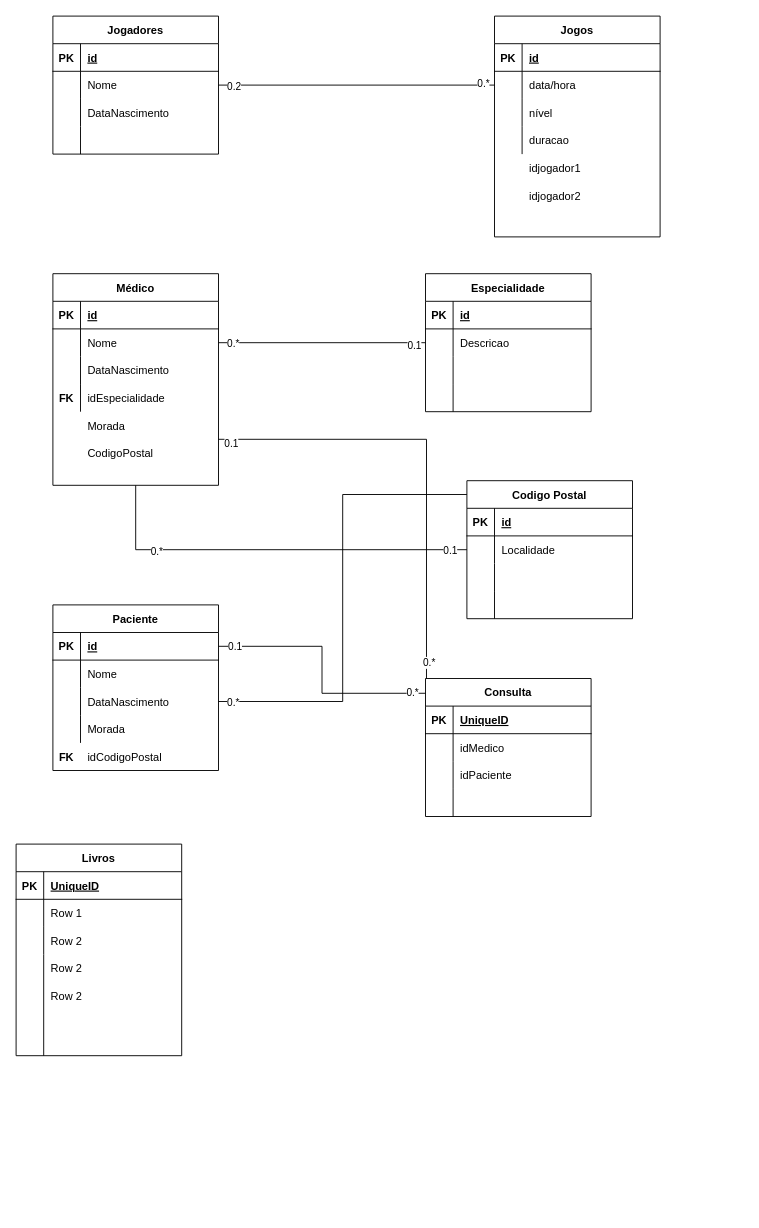
Before: Diagrama sem nome.drawio in t5ago/exemploteste, a draw.io diagram. Source tidied: cells renumbered, new cells numbered last; positions are measured from the earlier drawing's top-left corner, leaving out a move shared by most shapes. Both pictures are drawn from the tidied source at 92%, with x=0, y=0 at pixel (16, 16).
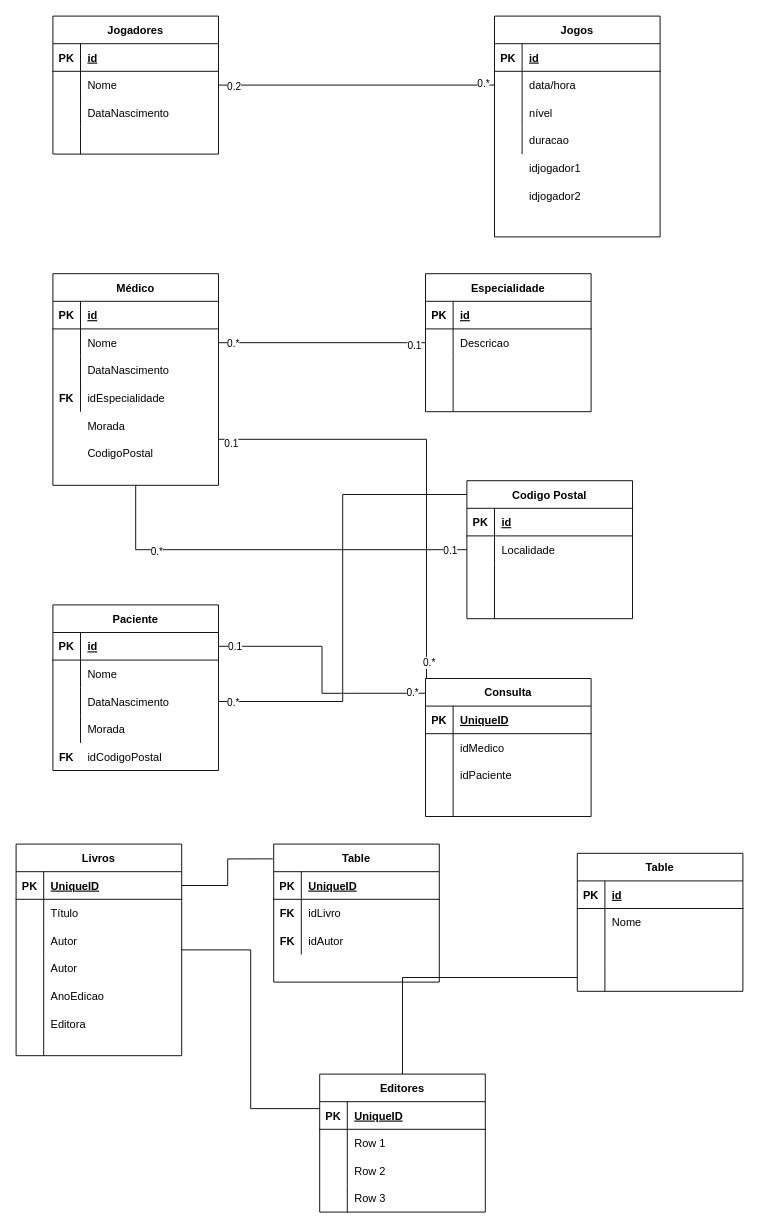
The same diagram, later.

The change refers to these unchanged cells:
```xml
<mxCell id="116" value="Livros" style="shape=table;startSize=30;childLayout=tableLayout;rowLines=0;fontStyle=1;align=center;" parent="1" vertex="1">
  <mxGeometry y="900" width="180" height="230" as="geometry" />
</mxCell>
<mxCell id="117" style="shape=tableRow;horizontal=0;startSize=0;swimlaneHead=0;swimlaneBody=0;fillColor=none;points=[[0,0.5],[1,0.5]];portConstraint=eastwest;top=0;left=0;right=0;bottom=1;" parent="116" vertex="1">
  <mxGeometry y="30" width="180" height="30" as="geometry" />
</mxCell>
<mxCell id="120" style="shape=tableRow;horizontal=0;startSize=0;swimlaneHead=0;swimlaneBody=0;fillColor=none;top=0;left=0;right=0;bottom=0;" parent="116" vertex="1">
  <mxGeometry y="60" width="180" height="30" as="geometry" />
</mxCell>
<mxCell id="123" style="shape=tableRow;horizontal=0;startSize=0;swimlaneHead=0;swimlaneBody=0;fillColor=none;top=0;left=0;right=0;bottom=0;" parent="116" vertex="1">
  <mxGeometry y="90" width="180" height="30" as="geometry" />
</mxCell>
```

Change to the diagram source:
```diff
@@
+    <mxCell id="131" style="edgeStyle=orthogonalEdgeStyle;rounded=0;jettySize=auto;html=1;entryX=0;entryY=0.25;entryDx=0;entryDy=0;endArrow=none;endFill=0;" parent="1" edge="1" source="116" target="157">
+      <mxGeometry relative="1" as="geometry" />
+    </mxCell>
@@
-    <mxCell id="122" value="Row 1" style="shape=partialRectangle;fillColor=none;top=0;left=0;bottom=0;right=0;align=left;spacingLeft=6;overflow=hidden;" parent="120" vertex="1">
+    <mxCell id="122" value="Título" style="shape=partialRectangle;fillColor=none;top=0;left=0;bottom=0;right=0;align=left;spacingLeft=6;overflow=hidden;" parent="120" vertex="1">
       <mxGeometry x="30" width="150" height="30" as="geometry" />
     </mxCell>
@@
-    <mxCell id="125" value="Row 2" style="shape=partialRectangle;fillColor=none;top=0;left=0;bottom=0;right=0;align=left;spacingLeft=6;overflow=hidden;" parent="123" vertex="1">
+    <mxCell id="125" value="Autor" style="shape=partialRectangle;fillColor=none;top=0;left=0;bottom=0;right=0;align=left;spacingLeft=6;overflow=hidden;" parent="123" vertex="1">
       <mxGeometry x="30" width="150" height="30" as="geometry" />
     </mxCell>
@@
-    <mxCell id="129" value="Row 2" style="shape=partialRectangle;fillColor=none;top=0;left=0;bottom=0;right=0;align=left;spacingLeft=6;overflow=hidden;" parent="1" vertex="1">
+    <mxCell id="129" value="AnoEdicao" style="shape=partialRectangle;fillColor=none;top=0;left=0;bottom=0;right=0;align=left;spacingLeft=6;overflow=hidden;" parent="1" vertex="1">
       <mxGeometry x="30" y="1050" width="150" height="30" as="geometry" />
     </mxCell>
-    <mxCell id="130" value="Row 2" style="shape=partialRectangle;fillColor=none;top=0;left=0;bottom=0;right=0;align=left;spacingLeft=6;overflow=hidden;" parent="1" vertex="1">
+    <mxCell id="130" value="Autor" style="shape=partialRectangle;fillColor=none;top=0;left=0;bottom=0;right=0;align=left;spacingLeft=6;overflow=hidden;" parent="1" vertex="1">
       <mxGeometry x="30" y="1020" width="150" height="30" as="geometry" />
     </mxCell>
+    <mxCell id="132" value="Editora" style="shape=partialRectangle;fillColor=none;top=0;left=0;bottom=0;right=0;align=left;spacingLeft=6;overflow=hidden;" parent="1" vertex="1">
+      <mxGeometry x="30" y="1080" width="150" height="30" as="geometry" />
+    </mxCell>
+    <mxCell id="133" value="Table" style="shape=table;startSize=30;childLayout=tableLayout;rowLines=0;fontStyle=1;align=center;" parent="1" vertex="1">
+      <mxGeometry x="280" y="900" width="180" height="150" as="geometry" />
+    </mxCell>
+    <mxCell id="134" style="shape=tableRow;horizontal=0;startSize=0;swimlaneHead=0;swimlaneBody=0;fillColor=none;top=0;left=0;right=0;bottom=1;" parent="133" vertex="1">
+      <mxGeometry y="30" width="180" height="30" as="geometry" />
+    </mxCell>
+    <mxCell id="135" value="PK" style="shape=partialRectangle;fillColor=none;top=0;left=0;bottom=0;right=0;fontStyle=1;overflow=hidden;" parent="134" vertex="1">
+      <mxGeometry width="30" height="30" as="geometry" />
+    </mxCell>
+    <mxCell id="136" value="UniqueID" style="shape=partialRectangle;fillColor=none;top=0;left=0;bottom=0;right=0;align=left;spacingLeft=6;fontStyle=5;overflow=hidden;" parent="134" vertex="1">
+      <mxGeometry x="30" width="150" height="30" as="geometry" />
+    </mxCell>
+    <mxCell id="137" style="shape=tableRow;horizontal=0;startSize=0;swimlaneHead=0;swimlaneBody=0;fillColor=none;top=0;left=0;right=0;bottom=0;" parent="133" vertex="1">
+      <mxGeometry y="60" width="180" height="30" as="geometry" />
+    </mxCell>
+    <mxCell id="138" value="FK" style="shape=partialRectangle;fillColor=none;top=0;left=0;bottom=0;right=0;overflow=hidden;fontStyle=1;" parent="137" vertex="1">
+      <mxGeometry width="30" height="30" as="geometry" />
+    </mxCell>
+    <mxCell id="139" value="idLivro" style="shape=partialRectangle;fillColor=none;top=0;left=0;bottom=0;right=0;align=left;spacingLeft=6;overflow=hidden;" parent="137" vertex="1">
+      <mxGeometry x="30" width="150" height="30" as="geometry" />
+    </mxCell>
+    <mxCell id="140" style="shape=tableRow;horizontal=0;startSize=0;swimlaneHead=0;swimlaneBody=0;fillColor=none;top=0;left=0;right=0;bottom=0;" parent="133" vertex="1">
+      <mxGeometry y="90" width="180" height="30" as="geometry" />
+    </mxCell>
+    <mxCell id="141" value="FK" style="shape=partialRectangle;fillColor=none;top=0;left=0;bottom=0;right=0;overflow=hidden;fontStyle=1;" parent="140" vertex="1">
+      <mxGeometry width="30" height="30" as="geometry" />
+    </mxCell>
+    <mxCell id="142" value="idAutor" style="shape=partialRectangle;fillColor=none;top=0;left=0;bottom=0;right=0;align=left;spacingLeft=6;overflow=hidden;" parent="140" vertex="1">
+      <mxGeometry x="30" width="150" height="30" as="geometry" />
+    </mxCell>
+    <mxCell id="143" value="Table" style="shape=table;startSize=30;childLayout=tableLayout;rowLines=0;fontStyle=1;align=center;" parent="1" vertex="1">
+      <mxGeometry x="610" y="910" width="180" height="150" as="geometry" />
+    </mxCell>
+    <mxCell id="144" style="shape=tableRow;horizontal=0;startSize=0;swimlaneHead=0;swimlaneBody=0;fillColor=none;top=0;left=0;right=0;bottom=1;" parent="143" vertex="1">
+      <mxGeometry y="30" width="180" height="30" as="geometry" />
+    </mxCell>
+    <mxCell id="145" value="PK" style="shape=partialRectangle;fillColor=none;top=0;left=0;bottom=0;right=0;fontStyle=1;overflow=hidden;" parent="144" vertex="1">
+      <mxGeometry width="30" height="30" as="geometry" />
+    </mxCell>
+    <mxCell id="146" value="id" style="shape=partialRectangle;fillColor=none;top=0;left=0;bottom=0;right=0;align=left;spacingLeft=6;fontStyle=5;overflow=hidden;" parent="144" vertex="1">
+      <mxGeometry x="30" width="150" height="30" as="geometry" />
+    </mxCell>
+    <mxCell id="147" style="shape=tableRow;horizontal=0;startSize=0;swimlaneHead=0;swimlaneBody=0;fillColor=none;top=0;left=0;right=0;bottom=0;" parent="143" vertex="1">
+      <mxGeometry y="60" width="180" height="30" as="geometry" />
+    </mxCell>
+    <mxCell id="148" style="shape=partialRectangle;fillColor=none;top=0;left=0;bottom=0;right=0;overflow=hidden;" parent="147" vertex="1">
+      <mxGeometry width="30" height="30" as="geometry" />
+    </mxCell>
+    <mxCell id="149" value="Nome" style="shape=partialRectangle;fillColor=none;top=0;left=0;bottom=0;right=0;align=left;spacingLeft=6;overflow=hidden;" parent="147" vertex="1">
+      <mxGeometry x="30" width="150" height="30" as="geometry" />
+    </mxCell>
+    <mxCell id="150" style="shape=tableRow;horizontal=0;startSize=0;swimlaneHead=0;swimlaneBody=0;fillColor=none;top=0;left=0;right=0;bottom=0;" parent="143" vertex="1">
+      <mxGeometry y="90" width="180" height="30" as="geometry" />
+    </mxCell>
+    <mxCell id="151" style="shape=partialRectangle;fillColor=none;top=0;left=0;bottom=0;right=0;overflow=hidden;" parent="150" vertex="1">
+      <mxGeometry width="30" height="30" as="geometry" />
+    </mxCell>
+    <mxCell id="152" style="shape=partialRectangle;fillColor=none;top=0;left=0;bottom=0;right=0;align=left;spacingLeft=6;overflow=hidden;" parent="150" vertex="1">
+      <mxGeometry x="30" width="150" height="30" as="geometry" />
+    </mxCell>
+    <mxCell id="153" style="shape=tableRow;horizontal=0;startSize=0;swimlaneHead=0;swimlaneBody=0;fillColor=none;points=[[0,0.5],[1,0.5]];portConstraint=eastwest;top=0;left=0;right=0;bottom=0;" parent="143" vertex="1">
+      <mxGeometry y="120" width="180" height="30" as="geometry" />
+    </mxCell>
+    <mxCell id="154" style="shape=partialRectangle;fillColor=none;top=0;left=0;bottom=0;right=0;overflow=hidden;" parent="153" vertex="1">
+      <mxGeometry width="30" height="30" as="geometry" />
+    </mxCell>
+    <mxCell id="155" style="shape=partialRectangle;fillColor=none;top=0;left=0;bottom=0;right=0;align=left;spacingLeft=6;overflow=hidden;" parent="153" vertex="1">
+      <mxGeometry x="30" width="150" height="30" as="geometry" />
+    </mxCell>
+    <mxCell id="156" style="edgeStyle=orthogonalEdgeStyle;rounded=0;jettySize=auto;html=1;entryX=0;entryY=0.5;entryDx=0;entryDy=0;endArrow=none;endFill=0;" parent="1" edge="1" source="157" target="153">
+      <mxGeometry relative="1" as="geometry" />
+    </mxCell>
+    <mxCell id="157" value="Editores" style="shape=table;startSize=30;childLayout=tableLayout;rowLines=0;fontStyle=1;align=center;" parent="1" vertex="1">
+      <mxGeometry x="330" y="1150" width="180" height="150" as="geometry" />
+    </mxCell>
+    <mxCell id="158" style="shape=tableRow;horizontal=0;startSize=0;swimlaneHead=0;swimlaneBody=0;fillColor=none;top=0;left=0;right=0;bottom=1;" parent="157" vertex="1">
+      <mxGeometry y="30" width="180" height="30" as="geometry" />
+    </mxCell>
+    <mxCell id="159" value="PK" style="shape=partialRectangle;fillColor=none;top=0;left=0;bottom=0;right=0;fontStyle=1;overflow=hidden;" parent="158" vertex="1">
+      <mxGeometry width="30" height="30" as="geometry" />
+    </mxCell>
+    <mxCell id="160" value="UniqueID" style="shape=partialRectangle;fillColor=none;top=0;left=0;bottom=0;right=0;align=left;spacingLeft=6;fontStyle=5;overflow=hidden;" parent="158" vertex="1">
+      <mxGeometry x="30" width="150" height="30" as="geometry" />
+    </mxCell>
+    <mxCell id="161" style="shape=tableRow;horizontal=0;startSize=0;swimlaneHead=0;swimlaneBody=0;fillColor=none;top=0;left=0;right=0;bottom=0;" parent="157" vertex="1">
+      <mxGeometry y="60" width="180" height="30" as="geometry" />
+    </mxCell>
+    <mxCell id="162" style="shape=partialRectangle;fillColor=none;top=0;left=0;bottom=0;right=0;overflow=hidden;" parent="161" vertex="1">
+      <mxGeometry width="30" height="30" as="geometry" />
+    </mxCell>
+    <mxCell id="163" value="Row 1" style="shape=partialRectangle;fillColor=none;top=0;left=0;bottom=0;right=0;align=left;spacingLeft=6;overflow=hidden;" parent="161" vertex="1">
+      <mxGeometry x="30" width="150" height="30" as="geometry" />
+    </mxCell>
+    <mxCell id="164" style="shape=tableRow;horizontal=0;startSize=0;swimlaneHead=0;swimlaneBody=0;fillColor=none;top=0;left=0;right=0;bottom=0;" parent="157" vertex="1">
+      <mxGeometry y="90" width="180" height="30" as="geometry" />
+    </mxCell>
+    <mxCell id="165" style="shape=partialRectangle;fillColor=none;top=0;left=0;bottom=0;right=0;overflow=hidden;" parent="164" vertex="1">
+      <mxGeometry width="30" height="30" as="geometry" />
+    </mxCell>
+    <mxCell id="166" value="Row 2" style="shape=partialRectangle;fillColor=none;top=0;left=0;bottom=0;right=0;align=left;spacingLeft=6;overflow=hidden;" parent="164" vertex="1">
+      <mxGeometry x="30" width="150" height="30" as="geometry" />
+    </mxCell>
+    <mxCell id="167" style="shape=tableRow;horizontal=0;startSize=0;swimlaneHead=0;swimlaneBody=0;fillColor=none;top=0;left=0;right=0;bottom=0;" parent="157" vertex="1">
+      <mxGeometry y="120" width="180" height="30" as="geometry" />
+    </mxCell>
+    <mxCell id="168" style="shape=partialRectangle;fillColor=none;top=0;left=0;bottom=0;right=0;overflow=hidden;" parent="167" vertex="1">
+      <mxGeometry width="30" height="30" as="geometry" />
+    </mxCell>
+    <mxCell id="169" value="Row 3" style="shape=partialRectangle;fillColor=none;top=0;left=0;bottom=0;right=0;align=left;spacingLeft=6;overflow=hidden;" parent="167" vertex="1">
+      <mxGeometry x="30" width="150" height="30" as="geometry" />
+    </mxCell>
+    <mxCell id="170" style="edgeStyle=orthogonalEdgeStyle;rounded=0;jettySize=auto;html=1;entryX=-0.006;entryY=0.107;entryDx=0;entryDy=0;entryPerimeter=0;endArrow=none;endFill=0;" parent="1" edge="1" source="117" target="133">
+      <mxGeometry relative="1" as="geometry" />
+    </mxCell>
```
